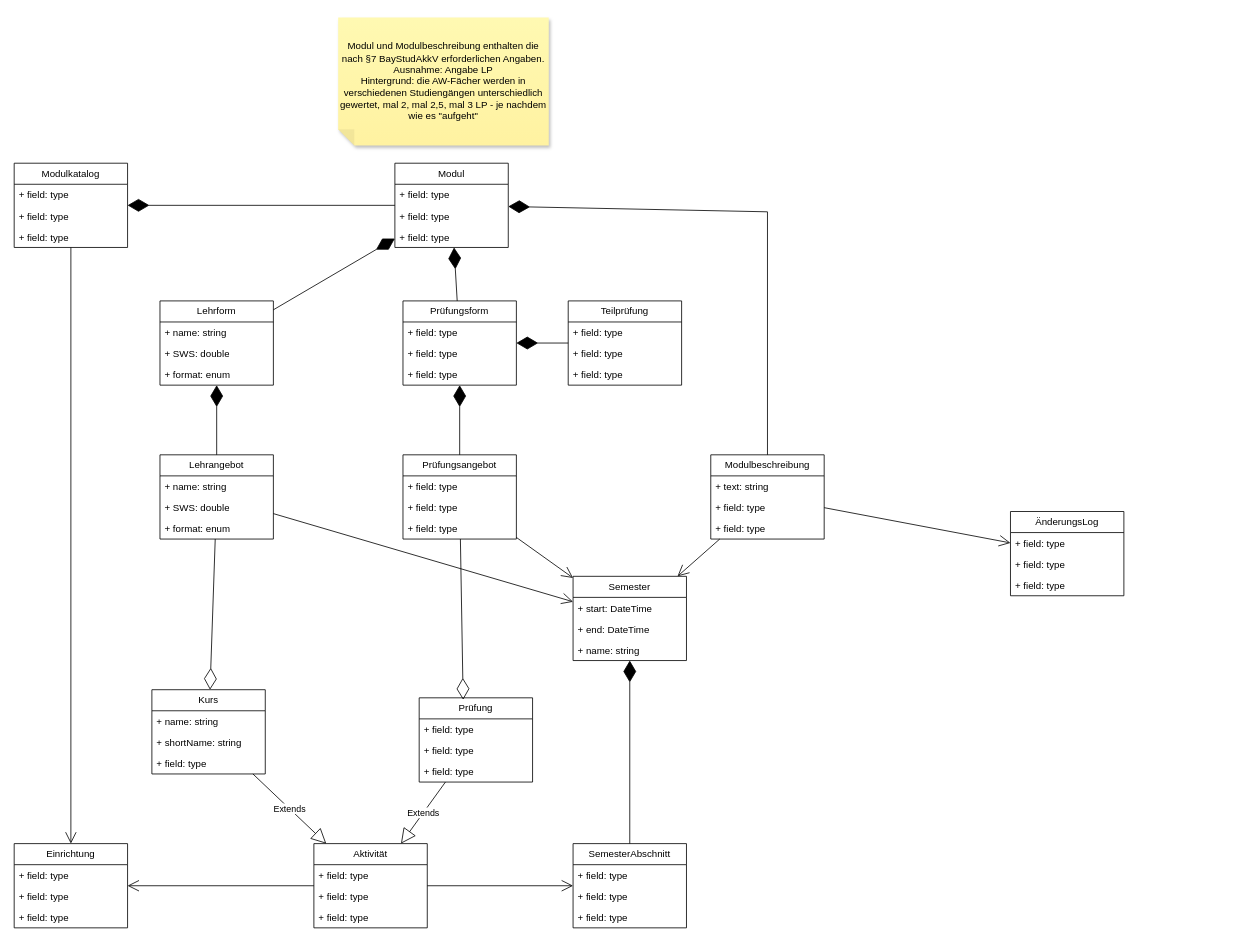
AccelerateX-org/NINE keeps this draw.io diagram as page "Seite-1" (1 of 3) of docs/drawings/class_model_modules.drawio. Above is the earlier version. Source tidied: cells renumbered, new cells numbered last; positions are measured from the earlier drawing's top-left corner, leaving out a move shared by most shapes. Both pictures are drawn from the tidied source at 81%, with x=0, y=0 at pixel (14, 17).
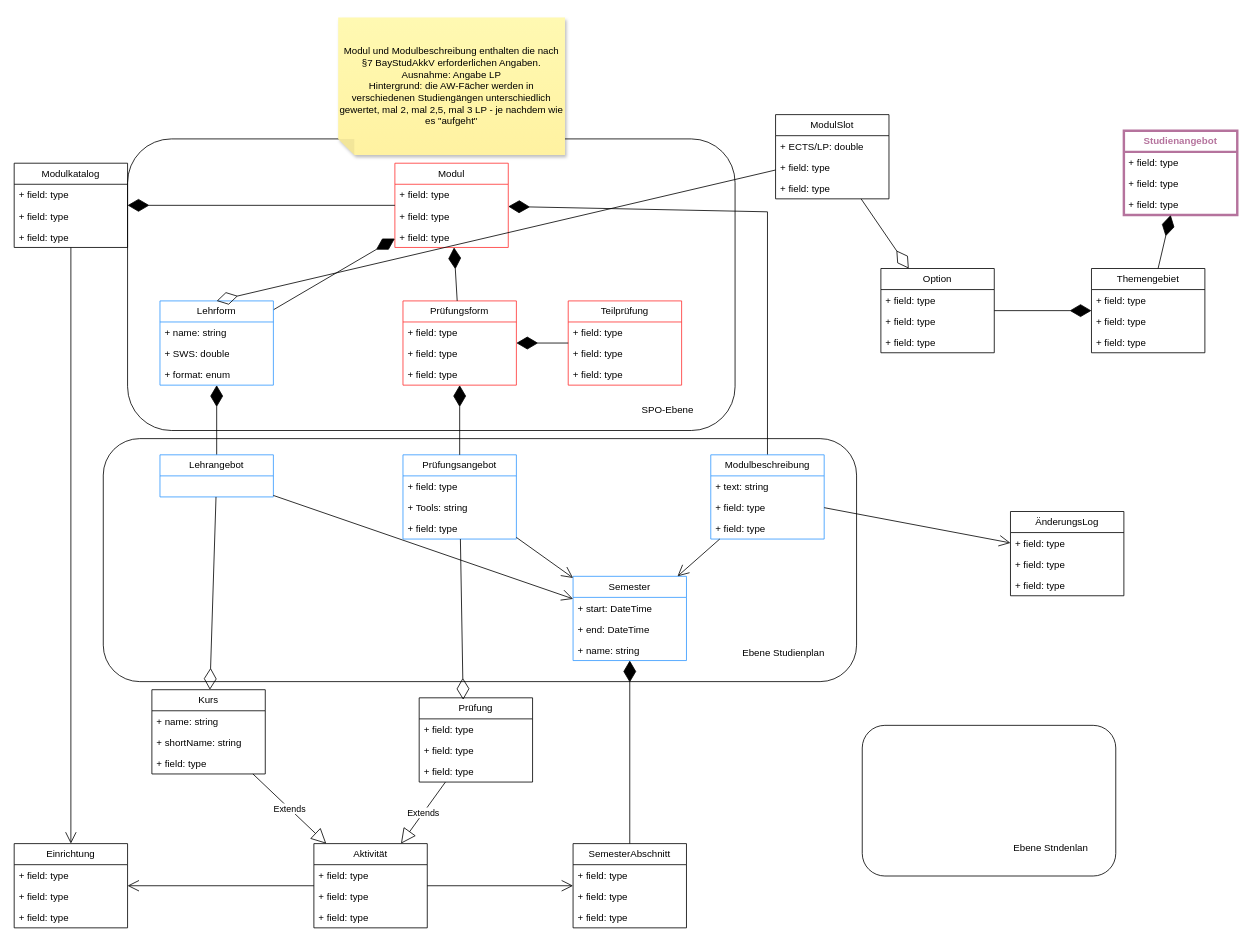
After the change.

Commit message:
Data Model Diagram

Change to the diagram source:
```diff
@@
+    <mxCell id="82" style="rounded=1;whiteSpace=wrap;html=1;" parent="1" vertex="1">
+      <mxGeometry x="110" y="520" width="930" height="300" as="geometry" />
+    </mxCell>
+    <mxCell id="83" style="rounded=1;whiteSpace=wrap;html=1;" parent="1" vertex="1">
+      <mxGeometry x="140" y="150" width="750" height="360" as="geometry" />
+    </mxCell>
-    <mxCell id="2" value="Modul" style="swimlane;fontStyle=0;horizontal=1;startSize=26;fillColor=none;whiteSpace=wrap;html=1;" parent="1" vertex="1">
+    <mxCell id="2" value="Modul" style="swimlane;fontStyle=0;horizontal=1;startSize=26;fillColor=none;whiteSpace=wrap;html=1;strokeColor=#FF3333;" parent="1" vertex="1">
       <mxGeometry x="470" y="180" width="140" height="104" as="geometry" />
     </mxCell>
@@
-    <mxCell id="7" value="Lehrform" style="swimlane;fontStyle=0;horizontal=1;startSize=26;fillColor=none;whiteSpace=wrap;html=1;" parent="1" vertex="1">
+    <mxCell id="7" value="Lehrform" style="swimlane;fontStyle=0;horizontal=1;startSize=26;fillColor=none;whiteSpace=wrap;html=1;strokeColor=#3399FF;" parent="1" vertex="1">
       <mxGeometry x="180" y="350" width="140" height="104" as="geometry" />
     </mxCell>
@@
-    <mxCell id="12" value="Modulbeschreibung" style="swimlane;fontStyle=0;horizontal=1;startSize=26;fillColor=none;whiteSpace=wrap;html=1;" parent="1" vertex="1">
+    <mxCell id="12" value="Modulbeschreibung" style="swimlane;fontStyle=0;horizontal=1;startSize=26;fillColor=none;whiteSpace=wrap;html=1;strokeColor=#3399FF;" parent="1" vertex="1">
       <mxGeometry x="860" y="540" width="140" height="104" as="geometry" />
     </mxCell>
@@
-    <mxCell id="16" value="Semester" style="swimlane;fontStyle=0;horizontal=1;startSize=26;fillColor=none;whiteSpace=wrap;html=1;" parent="1" vertex="1">
+    <mxCell id="16" value="Semester" style="swimlane;fontStyle=0;horizontal=1;startSize=26;fillColor=none;whiteSpace=wrap;html=1;strokeColor=#3399FF;" parent="1" vertex="1">
       <mxGeometry x="690" y="690" width="140" height="104" as="geometry" />
     </mxCell>
@@
     <mxCell id="25" value="Modul und Modulbeschreibung enthalten die nach §7&amp;nbsp;BayStudAkkV erforderlichen Angaben.&lt;div&gt;Ausnahme: Angabe LP&lt;/div&gt;&lt;div&gt;Hintergrund: die AW-Fächer werden in verschiedenen Studiengängen unterschiedlich gewertet, mal 2, mal 2,5, mal 3 LP - je nachdem wie es &quot;aufgeht&quot;&lt;/div&gt;" style="shape=note;whiteSpace=wrap;html=1;backgroundOutline=1;fontColor=#000000;darkOpacity=0.05;fillColor=#FFF9B2;strokeColor=none;fillStyle=solid;direction=west;gradientDirection=north;gradientColor=#FFF2A1;shadow=1;size=20;" parent="1" vertex="1">
-      <mxGeometry x="400" width="260" height="158" as="geometry" />
+      <mxGeometry x="400" width="280" height="170" as="geometry" />
     </mxCell>
@@
-    <mxCell id="27" value="Lehrangebot" style="swimlane;fontStyle=0;horizontal=1;startSize=26;fillColor=none;whiteSpace=wrap;html=1;" parent="1" vertex="1">
-      <mxGeometry x="180" y="540" width="140" height="104" as="geometry" />
+    <mxCell id="27" value="Lehrangebot" style="swimlane;fontStyle=0;horizontal=1;startSize=26;fillColor=none;whiteSpace=wrap;html=1;strokeColor=#3399FF;" parent="1" vertex="1">
+      <mxGeometry x="180" y="540" width="140" height="52" as="geometry" />
     </mxCell>
-    <mxCell id="28" value="+ name: string" style="text;strokeColor=none;fillColor=none;align=left;verticalAlign=top;spacingLeft=4;spacingRight=4;overflow=hidden;whiteSpace=wrap;html=1;" parent="27" vertex="1">
-      <mxGeometry y="26" width="140" height="26" as="geometry" />
-    </mxCell>
-    <mxCell id="29" value="+ SWS: double" style="text;strokeColor=none;fillColor=none;align=left;verticalAlign=top;spacingLeft=4;spacingRight=4;overflow=hidden;whiteSpace=wrap;html=1;" parent="27" vertex="1">
-      <mxGeometry y="52" width="140" height="26" as="geometry" />
-    </mxCell>
-    <mxCell id="30" value="+ format: enum" style="text;strokeColor=none;fillColor=none;align=left;verticalAlign=top;spacingLeft=4;spacingRight=4;overflow=hidden;whiteSpace=wrap;html=1;" parent="27" vertex="1">
-      <mxGeometry y="78" width="140" height="26" as="geometry" />
-    </mxCell>
@@
-    <mxCell id="49" value="Prüfungsform" style="swimlane;fontStyle=0;horizontal=1;startSize=26;fillColor=none;whiteSpace=wrap;html=1;" parent="1" vertex="1">
+    <mxCell id="49" value="Prüfungsform" style="swimlane;fontStyle=0;horizontal=1;startSize=26;fillColor=none;whiteSpace=wrap;html=1;strokeColor=#FF3333;" parent="1" vertex="1">
       <mxGeometry x="480" y="350" width="140" height="104" as="geometry" />
     </mxCell>
@@
-    <mxCell id="54" value="Teilprüfung" style="swimlane;fontStyle=0;horizontal=1;startSize=26;fillColor=none;whiteSpace=wrap;html=1;" parent="1" vertex="1">
+    <mxCell id="54" value="Teilprüfung" style="swimlane;fontStyle=0;horizontal=1;startSize=26;fillColor=none;whiteSpace=wrap;html=1;strokeColor=#FF3333;" parent="1" vertex="1">
       <mxGeometry x="684" y="350" width="140" height="104" as="geometry" />
     </mxCell>
@@
-    <mxCell id="59" value="Prüfungsangebot" style="swimlane;fontStyle=0;horizontal=1;startSize=26;fillColor=none;whiteSpace=wrap;html=1;" parent="1" vertex="1">
+    <mxCell id="59" value="Prüfungsangebot" style="swimlane;fontStyle=0;horizontal=1;startSize=26;fillColor=none;whiteSpace=wrap;html=1;strokeColor=#3399FF;" parent="1" vertex="1">
       <mxGeometry x="480" y="540" width="140" height="104" as="geometry" />
     </mxCell>
@@
-    <mxCell id="61" value="+ field: type" style="text;strokeColor=none;fillColor=none;align=left;verticalAlign=top;spacingLeft=4;spacingRight=4;overflow=hidden;whiteSpace=wrap;html=1;" parent="59" vertex="1">
+    <mxCell id="61" value="+ Tools: string" style="text;strokeColor=none;fillColor=none;align=left;verticalAlign=top;spacingLeft=4;spacingRight=4;overflow=hidden;whiteSpace=wrap;html=1;" parent="59" vertex="1">
       <mxGeometry y="52" width="140" height="26" as="geometry" />
     </mxCell>
@@
+    <mxCell id="84" value="Studienangebot" style="swimlane;fontStyle=1;horizontal=1;startSize=26;fillColor=none;whiteSpace=wrap;html=1;strokeColor=#B5739D;fontColor=#B5739D;strokeWidth=3;" parent="1" vertex="1">
+      <mxGeometry x="1370" y="140" width="140" height="104" as="geometry" />
+    </mxCell>
+    <mxCell id="85" value="+ field: type" style="text;strokeColor=none;fillColor=none;align=left;verticalAlign=top;spacingLeft=4;spacingRight=4;overflow=hidden;whiteSpace=wrap;html=1;" parent="84" vertex="1">
+      <mxGeometry y="26" width="140" height="26" as="geometry" />
+    </mxCell>
+    <mxCell id="86" value="+ field: type" style="text;strokeColor=none;fillColor=none;align=left;verticalAlign=top;spacingLeft=4;spacingRight=4;overflow=hidden;whiteSpace=wrap;html=1;" parent="84" vertex="1">
+      <mxGeometry y="52" width="140" height="26" as="geometry" />
+    </mxCell>
+    <mxCell id="87" value="+ field: type" style="text;strokeColor=none;fillColor=none;align=left;verticalAlign=top;spacingLeft=4;spacingRight=4;overflow=hidden;whiteSpace=wrap;html=1;" parent="84" vertex="1">
+      <mxGeometry y="78" width="140" height="26" as="geometry" />
+    </mxCell>
+    <mxCell id="88" value="ModulSlot" style="swimlane;fontStyle=0;horizontal=1;startSize=26;fillColor=none;whiteSpace=wrap;html=1;" parent="1" vertex="1">
+      <mxGeometry x="940" y="120" width="140" height="104" as="geometry" />
+    </mxCell>
+    <mxCell id="89" value="+ ECTS/LP: double" style="text;strokeColor=none;fillColor=none;align=left;verticalAlign=top;spacingLeft=4;spacingRight=4;overflow=hidden;whiteSpace=wrap;html=1;" parent="88" vertex="1">
+      <mxGeometry y="26" width="140" height="26" as="geometry" />
+    </mxCell>
+    <mxCell id="90" value="+ field: type" style="text;strokeColor=none;fillColor=none;align=left;verticalAlign=top;spacingLeft=4;spacingRight=4;overflow=hidden;whiteSpace=wrap;html=1;" parent="88" vertex="1">
+      <mxGeometry y="52" width="140" height="26" as="geometry" />
+    </mxCell>
+    <mxCell id="91" value="+ field: type" style="text;strokeColor=none;fillColor=none;align=left;verticalAlign=top;spacingLeft=4;spacingRight=4;overflow=hidden;whiteSpace=wrap;html=1;" parent="88" vertex="1">
+      <mxGeometry y="78" width="140" height="26" as="geometry" />
+    </mxCell>
+    <mxCell id="92" style="endArrow=diamondThin;endFill=0;endSize=24;html=1;rounded=0;entryX=0.5;entryY=0;entryDx=0;entryDy=0;" parent="1" edge="1" source="88" target="7">
+      <mxGeometry relative="1" as="geometry" />
+    </mxCell>
+    <mxCell id="93" style="endArrow=diamondThin;endFill=0;endSize=24;html=1;rounded=0;" parent="1" edge="1" source="88" target="98">
+      <mxGeometry relative="1" as="geometry" />
+    </mxCell>
+    <mxCell id="94" value="Themengebiet" style="swimlane;fontStyle=0;horizontal=1;startSize=26;fillColor=none;whiteSpace=wrap;html=1;" parent="1" vertex="1">
+      <mxGeometry x="1330" y="310" width="140" height="104" as="geometry" />
+    </mxCell>
+    <mxCell id="95" value="+ field: type" style="text;strokeColor=none;fillColor=none;align=left;verticalAlign=top;spacingLeft=4;spacingRight=4;overflow=hidden;whiteSpace=wrap;html=1;" parent="94" vertex="1">
+      <mxGeometry y="26" width="140" height="26" as="geometry" />
+    </mxCell>
+    <mxCell id="96" value="+ field: type" style="text;strokeColor=none;fillColor=none;align=left;verticalAlign=top;spacingLeft=4;spacingRight=4;overflow=hidden;whiteSpace=wrap;html=1;" parent="94" vertex="1">
+      <mxGeometry y="52" width="140" height="26" as="geometry" />
+    </mxCell>
+    <mxCell id="97" value="+ field: type" style="text;strokeColor=none;fillColor=none;align=left;verticalAlign=top;spacingLeft=4;spacingRight=4;overflow=hidden;whiteSpace=wrap;html=1;" parent="94" vertex="1">
+      <mxGeometry y="78" width="140" height="26" as="geometry" />
+    </mxCell>
+    <mxCell id="98" value="Option" style="swimlane;fontStyle=0;horizontal=1;startSize=26;fillColor=none;whiteSpace=wrap;html=1;" parent="1" vertex="1">
+      <mxGeometry x="1070" y="310" width="140" height="104" as="geometry" />
+    </mxCell>
+    <mxCell id="99" value="+ field: type" style="text;strokeColor=none;fillColor=none;align=left;verticalAlign=top;spacingLeft=4;spacingRight=4;overflow=hidden;whiteSpace=wrap;html=1;" parent="98" vertex="1">
+      <mxGeometry y="26" width="140" height="26" as="geometry" />
+    </mxCell>
+    <mxCell id="100" value="+ field: type" style="text;strokeColor=none;fillColor=none;align=left;verticalAlign=top;spacingLeft=4;spacingRight=4;overflow=hidden;whiteSpace=wrap;html=1;" parent="98" vertex="1">
+      <mxGeometry y="52" width="140" height="26" as="geometry" />
+    </mxCell>
+    <mxCell id="101" value="+ field: type" style="text;strokeColor=none;fillColor=none;align=left;verticalAlign=top;spacingLeft=4;spacingRight=4;overflow=hidden;whiteSpace=wrap;html=1;" parent="98" vertex="1">
+      <mxGeometry y="78" width="140" height="26" as="geometry" />
+    </mxCell>
+    <mxCell id="102" style="endArrow=diamondThin;endFill=1;endSize=24;html=1;rounded=0;" parent="1" edge="1" source="94" target="84">
+      <mxGeometry relative="1" as="geometry" />
+    </mxCell>
+    <mxCell id="103" style="endArrow=diamondThin;endFill=1;endSize=24;html=1;rounded=0;" parent="1" edge="1" source="98" target="94">
+      <mxGeometry relative="1" as="geometry" />
+    </mxCell>
+    <mxCell id="104" value="Ebene Studienplan" style="text;html=1;whiteSpace=wrap;strokeColor=none;fillColor=none;align=center;verticalAlign=middle;rounded=0;" parent="1" vertex="1">
+      <mxGeometry x="890" y="770" width="120" height="30" as="geometry" />
+    </mxCell>
+    <mxCell id="105" value="SPO-Ebene" style="text;html=1;whiteSpace=wrap;strokeColor=none;fillColor=none;align=center;verticalAlign=middle;rounded=0;" parent="1" vertex="1">
+      <mxGeometry x="764" y="470" width="86" height="30" as="geometry" />
+    </mxCell>
+    <mxCell id="106" style="rounded=1;whiteSpace=wrap;html=1;" parent="1" vertex="1">
+      <mxGeometry x="1047" y="874" width="313" height="186" as="geometry" />
+    </mxCell>
+    <mxCell id="107" value="Ebene Stndenlan" style="text;html=1;whiteSpace=wrap;strokeColor=none;fillColor=none;align=center;verticalAlign=middle;rounded=0;" parent="1" vertex="1">
+      <mxGeometry x="1230" y="1010" width="100" height="30" as="geometry" />
+    </mxCell>
```
